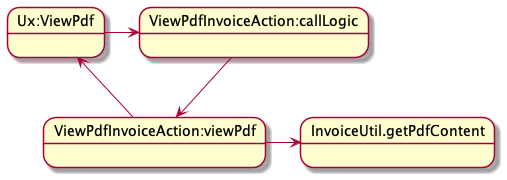
This is Hubble-Project-Notes/images/04-invoice-pdf-generation.png from cb-manick/hubble, a PlantUML export, as it was before one commit.
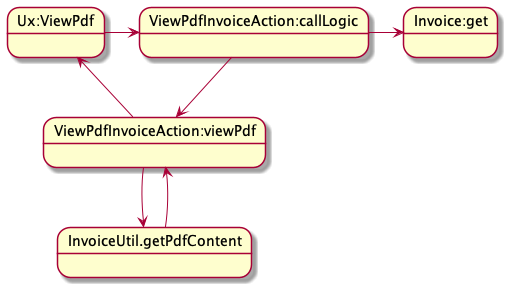
Above is the later version.

Commit message:
Updated flow diagram

What changed in the source:
```diff
@@ -1,6 +1,8 @@
 @startuml
 Ux:ViewPdf -> ViewPdfInvoiceAction:callLogic
+ViewPdfInvoiceAction:callLogic -> Invoice:get
 ViewPdfInvoiceAction:callLogic -> ViewPdfInvoiceAction:viewPdf
 ViewPdfInvoiceAction:viewPdf -> InvoiceUtil.getPdfContent
+InvoiceUtil.getPdfContent --> ViewPdfInvoiceAction:viewPdf
 ViewPdfInvoiceAction:viewPdf --> Ux:ViewPdf
 @enduml
```
